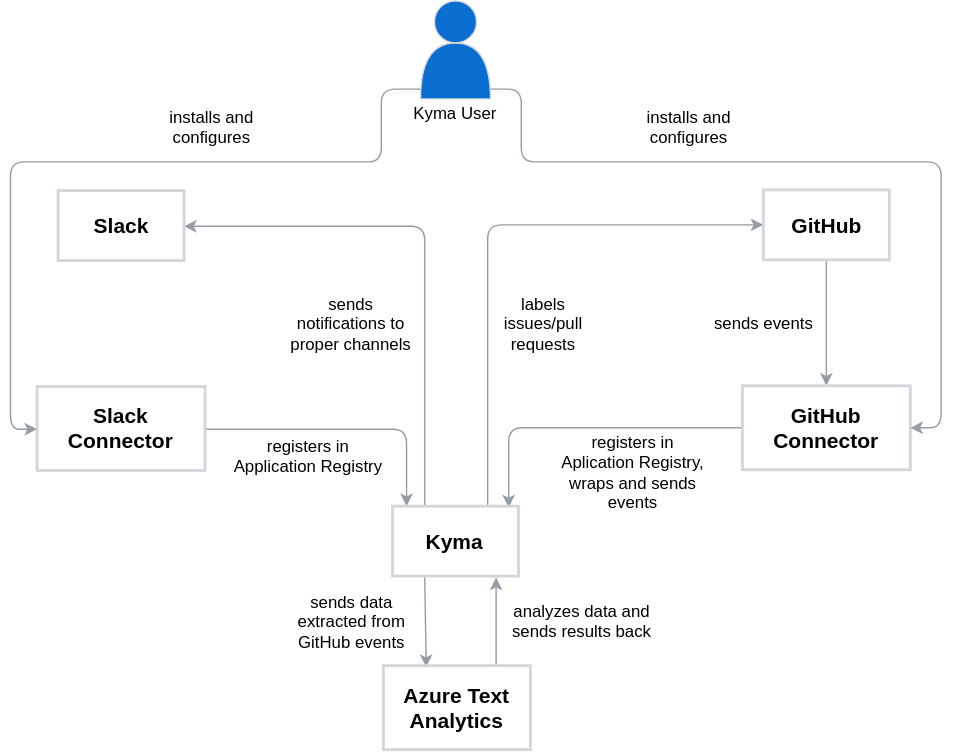
Earlier version of the draw.io export docs/flowdiagram.svg (kyma-incubator/hack-showcase). Source tidied: cells renumbered, new cells last; positions are measured from the earlier drawing's top-left corner, leaving out a move shared by most shapes.
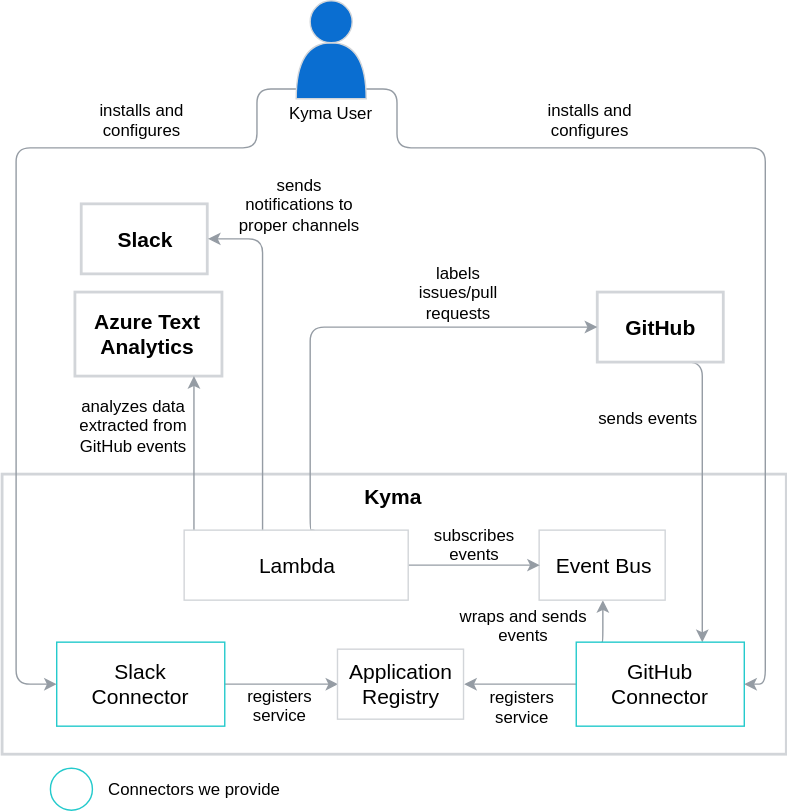
Above is the later version.

Commit message:
Modify flow diagram

The edit, as a diff of the source:
```diff
@@ -2,100 +2,144 @@
   <root>
     <mxCell id="0" />
     <mxCell id="1" parent="0" />
+    <mxCell id="17" value="&lt;b&gt;&lt;font style=&quot;font-size: 15px&quot;&gt;Kyma&lt;br&gt;&lt;/font&gt;&lt;/b&gt;" style="rounded=0;whiteSpace=wrap;html=1;shadow=0;glass=0;comic=0;strokeColor=#D2D5D9;strokeWidth=2;fillColor=#FFFFFF;fontFamily=Helvetica;fontSize=12;verticalAlign=top;" parent="1" vertex="1">
+      <mxGeometry x="49" y="348" width="560" height="200" as="geometry" />
+    </mxCell>
     <mxCell id="2" style="edgeStyle=orthogonalEdgeStyle;rounded=1;jettySize=auto;html=1;exitX=0.5;exitY=1;exitDx=0;exitDy=0;fontFamily=Helvetica;fontSize=15;jumpStyle=sharp;strokeColor=#959CA4;" parent="1" edge="1" source="20" target="6">
-      <mxGeometry relative="1" as="geometry" />
+      <mxGeometry relative="1" as="geometry">
+        <Array as="points">
+          <mxPoint x="549" y="303" />
+          <mxPoint x="549" y="303" />
+        </Array>
+      </mxGeometry>
     </mxCell>
-    <mxCell id="3" style="edgeStyle=orthogonalEdgeStyle;rounded=1;jumpStyle=sharp;jettySize=auto;html=1;exitX=0.25;exitY=0;exitDx=0;exitDy=0;entryX=1;entryY=0.5;entryDx=0;entryDy=0;strokeColor=#959CA4;fontFamily=Helvetica;fontSize=15;" parent="1" edge="1" source="17" target="11">
-      <mxGeometry relative="1" as="geometry" />
-    </mxCell>
-    <mxCell id="4" style="edgeStyle=orthogonalEdgeStyle;rounded=1;jumpStyle=sharp;jettySize=auto;html=1;exitX=0.75;exitY=0;exitDx=0;exitDy=0;strokeColor=#959CA4;fontFamily=Helvetica;fontSize=15;entryX=0;entryY=0.5;entryDx=0;entryDy=0;" parent="1" edge="1" source="17" target="20">
-      <mxGeometry relative="1" as="geometry" />
-    </mxCell>
-    <mxCell id="5" style="edgeStyle=orthogonalEdgeStyle;rounded=1;jumpStyle=sharp;jettySize=auto;html=1;exitX=0;exitY=0.5;exitDx=0;exitDy=0;strokeColor=#959CA4;fontFamily=Helvetica;fontSize=15;entryX=0.922;entryY=0.02;entryDx=0;entryDy=0;entryPerimeter=0;" parent="1" edge="1" source="6" target="17">
-      <mxGeometry relative="1" as="geometry" />
-    </mxCell>
+    <mxCell id="29" style="edgeStyle=orthogonalEdgeStyle;rounded=1;jettySize=auto;html=1;exitX=0.15;exitY=0.017;exitDx=0;exitDy=0;strokeColor=#959CA4;exitPerimeter=0;" parent="1" edge="1" source="6" target="33">
+      <mxGeometry relative="1" as="geometry">
+        <Array as="points">
+          <mxPoint x="477" y="468" />
+          <mxPoint x="478" y="468" />
+        </Array>
+      </mxGeometry>
+    </mxCell>
+    <mxCell id="30" style="edgeStyle=orthogonalEdgeStyle;rounded=1;jettySize=auto;html=1;exitX=0;exitY=0.5;exitDx=0;exitDy=0;entryX=1;entryY=0.5;entryDx=0;entryDy=0;strokeColor=#959CA4;" parent="1" edge="1" source="6" target="32">
+      <mxGeometry relative="1" as="geometry" />
+    </mxCell>
-    <mxCell id="6" value="&lt;span style=&quot;white-space: normal; font-size: 15px;&quot;&gt;GitHub&lt;/span&gt;&lt;br style=&quot;white-space: normal; font-size: 15px;&quot;&gt;&lt;span style=&quot;white-space: normal; font-size: 15px;&quot;&gt;Connector&lt;/span&gt;" style="rounded=0;whiteSpace=wrap;html=1;fontFamily=Helvetica;fillColor=#FFFFFF;strokeColor=#D2D5D9;fontColor=#000000;strokeWidth=2;fontSize=15;fontStyle=1;" parent="1" vertex="1">
-      <mxGeometry x="524" y="275" width="120" height="60" as="geometry" />
+    <mxCell id="6" value="&lt;span style=&quot;white-space: normal; font-size: 15px;&quot;&gt;GitHub&lt;/span&gt;&lt;br style=&quot;white-space: normal; font-size: 15px;&quot;&gt;&lt;span style=&quot;white-space: normal; font-size: 15px;&quot;&gt;Connector&lt;/span&gt;" style="rounded=0;whiteSpace=wrap;html=1;fontFamily=Helvetica;fillColor=#FFFFFF;strokeColor=#24CACC;fontColor=#000000;strokeWidth=1;fontSize=15;fontStyle=0;" parent="1" vertex="1">
+      <mxGeometry x="459" y="468" width="120" height="60" as="geometry" />
     </mxCell>
-    <mxCell id="7" style="edgeStyle=orthogonalEdgeStyle;rounded=1;jumpStyle=sharp;jettySize=auto;html=1;exitX=1;exitY=0.5;exitDx=0;exitDy=0;entryX=0.111;entryY=0;entryDx=0;entryDy=0;entryPerimeter=0;strokeColor=#959CA4;fontFamily=Helvetica;fontSize=12;fontColor=#000000;" parent="1" edge="1" source="8" target="17">
-      <mxGeometry relative="1" as="geometry" />
-    </mxCell>
+    <mxCell id="31" style="edgeStyle=orthogonalEdgeStyle;rounded=1;jettySize=auto;html=1;exitX=1;exitY=0.5;exitDx=0;exitDy=0;entryX=0;entryY=0.5;entryDx=0;entryDy=0;strokeColor=#959CA4;" parent="1" edge="1" source="8" target="32">
+      <mxGeometry relative="1" as="geometry" />
+    </mxCell>
-    <mxCell id="8" value="Slack&lt;br style=&quot;white-space: normal; font-size: 15px;&quot;&gt;&lt;span style=&quot;white-space: normal; font-size: 15px;&quot;&gt;Connector&lt;/span&gt;" style="rounded=0;whiteSpace=wrap;html=1;fontFamily=Helvetica;fillColor=#FFFFFF;strokeColor=#D2D5D9;fontColor=#000000;glass=0;comic=0;shadow=0;strokeWidth=2;fontSize=15;fontStyle=1;" parent="1" vertex="1">
-      <mxGeometry x="20" y="275.5" width="120" height="60" as="geometry" />
+    <mxCell id="8" value="Slack&lt;br style=&quot;white-space: normal; font-size: 15px;&quot;&gt;&lt;span style=&quot;white-space: normal; font-size: 15px;&quot;&gt;Connector&lt;/span&gt;" style="rounded=0;whiteSpace=wrap;html=1;fontFamily=Helvetica;fillColor=#FFFFFF;strokeColor=#24CACC;fontColor=#000000;glass=0;comic=0;shadow=0;strokeWidth=1;fontSize=15;fontStyle=0;" parent="1" vertex="1">
+      <mxGeometry x="88" y="468" width="120" height="60" as="geometry" />
     </mxCell>
-    <mxCell id="9" value="registers in Aplication Registry, &lt;br&gt;wraps and sends events" style="text;html=1;strokeColor=none;fillColor=none;align=center;verticalAlign=middle;whiteSpace=wrap;rounded=0;shadow=0;glass=0;comic=0;fontFamily=Helvetica;fontSize=12;" parent="1" vertex="1">
-      <mxGeometry x="390.5" y="326" width="110" height="19" as="geometry" />
+    <mxCell id="9" value="wraps and sends events" style="text;html=1;strokeColor=none;fillColor=none;align=center;verticalAlign=middle;whiteSpace=wrap;rounded=0;shadow=0;glass=0;comic=0;fontFamily=Helvetica;fontSize=12;" parent="1" vertex="1">
+      <mxGeometry x="369" y="446" width="105" height="19" as="geometry" />
     </mxCell>
     <mxCell id="10" value="Kyma User" style="text;html=1;strokeColor=none;fillColor=none;align=center;verticalAlign=middle;whiteSpace=wrap;rounded=0;shadow=0;glass=0;comic=0;fontFamily=Helvetica;fontSize=12;" parent="1" vertex="1">
-      <mxGeometry x="284" y="70" width="70" height="20" as="geometry" />
+      <mxGeometry x="249" y="80" width="70" height="20" as="geometry" />
     </mxCell>
     <mxCell id="11" value="&lt;b&gt;&lt;font style=&quot;font-size: 15px&quot;&gt;Slack&lt;br&gt;&lt;/font&gt;&lt;/b&gt;" style="rounded=0;whiteSpace=wrap;html=1;shadow=0;glass=0;comic=0;strokeColor=#D2D5D9;strokeWidth=2;fillColor=#FFFFFF;fontFamily=Helvetica;fontSize=12;" parent="1" vertex="1">
-      <mxGeometry x="35" y="135.5" width="90" height="50" as="geometry" />
+      <mxGeometry x="105.5" y="155" width="90" height="50" as="geometry" />
     </mxCell>
     <mxCell id="12" style="edgeStyle=orthogonalEdgeStyle;rounded=1;jumpStyle=sharp;jettySize=auto;html=1;exitX=0.175;exitY=0;exitDx=0;exitDy=0;exitPerimeter=0;entryX=0;entryY=0.5;entryDx=0;entryDy=0;strokeColor=#959CA4;fontFamily=Helvetica;fontSize=12;fontColor=#000000;" parent="1" edge="1" source="14" target="8">
       <mxGeometry relative="1" as="geometry">
         <Array as="points">
-          <mxPoint x="265.5" y="63" />
-          <mxPoint x="265.5" y="115" />
-          <mxPoint x="0.5" y="115" />
-          <mxPoint x="0.5" y="306" />
+          <mxPoint x="231" y="73" />
+          <mxPoint x="231" y="115" />
+          <mxPoint x="59" y="115" />
+          <mxPoint x="59" y="498" />
         </Array>
       </mxGeometry>
     </mxCell>
     <mxCell id="13" style="edgeStyle=orthogonalEdgeStyle;rounded=1;jumpStyle=sharp;jettySize=auto;html=1;exitX=0.175;exitY=0.97;exitDx=0;exitDy=0;exitPerimeter=0;entryX=1;entryY=0.5;entryDx=0;entryDy=0;strokeColor=#959CA4;fontFamily=Helvetica;fontSize=16;fontColor=#000000;" parent="1" edge="1" source="14" target="6">
       <mxGeometry relative="1" as="geometry">
         <Array as="points">
-          <mxPoint x="365.5" y="63" />
-          <mxPoint x="365.5" y="115" />
-          <mxPoint x="665.5" y="115" />
-          <mxPoint x="665.5" y="305" />
+          <mxPoint x="331" y="73" />
+          <mxPoint x="331" y="115" />
+          <mxPoint x="594" y="115" />
+          <mxPoint x="594" y="498" />
         </Array>
       </mxGeometry>
     </mxCell>
     <mxCell id="14" style="shape=or;whiteSpace=wrap;html=1;shadow=0;glass=0;comic=0;strokeColor=#D2D5D9;strokeWidth=1;fillColor=#0A6ED1;fontFamily=Helvetica;fontSize=12;rotation=-90;" parent="1" vertex="1">
-      <mxGeometry x="299" y="25" width="40" height="50" as="geometry" />
+      <mxGeometry x="264" y="35" width="40" height="50" as="geometry" />
     </mxCell>
     <mxCell id="15" style="ellipse;whiteSpace=wrap;html=1;shadow=0;glass=0;comic=0;strokeColor=#D2D5D9;strokeWidth=1;fillColor=#0A6ED1;fontFamily=Helvetica;fontSize=12;" parent="1" vertex="1">
-      <mxGeometry x="304" width="30" height="30" as="geometry" />
+      <mxGeometry x="269" y="10" width="30" height="30" as="geometry" />
     </mxCell>
-    <mxCell id="16" style="edgeStyle=orthogonalEdgeStyle;rounded=1;jumpStyle=sharp;jettySize=auto;html=1;exitX=0.25;exitY=1;exitDx=0;exitDy=0;strokeColor=#959CA4;fontFamily=Helvetica;fontSize=12;fontColor=#000000;entryX=0.286;entryY=0.017;entryDx=0;entryDy=0;entryPerimeter=0;" parent="1" edge="1" source="17" target="19">
-      <mxGeometry relative="1" as="geometry" />
-    </mxCell>
-    <mxCell id="17" value="&lt;b&gt;&lt;font style=&quot;font-size: 15px&quot;&gt;Kyma&lt;br&gt;&lt;/font&gt;&lt;/b&gt;" style="rounded=0;whiteSpace=wrap;html=1;shadow=0;glass=0;comic=0;strokeColor=#D2D5D9;strokeWidth=2;fillColor=#FFFFFF;fontFamily=Helvetica;fontSize=12;" parent="1" vertex="1">
-      <mxGeometry x="274" y="361" width="90" height="50" as="geometry" />
-    </mxCell>
-    <mxCell id="18" style="edgeStyle=orthogonalEdgeStyle;rounded=1;jumpStyle=sharp;jettySize=auto;html=1;exitX=0.771;exitY=0;exitDx=0;exitDy=0;entryX=0.822;entryY=1.02;entryDx=0;entryDy=0;entryPerimeter=0;strokeColor=#959CA4;fontFamily=Helvetica;fontSize=12;fontColor=#000000;exitPerimeter=0;" parent="1" edge="1" source="19" target="17">
-      <mxGeometry relative="1" as="geometry" />
-    </mxCell>
     <mxCell id="19" value="&lt;b&gt;&lt;font style=&quot;font-size: 15px&quot;&gt;Azure Text Analytics&lt;/font&gt;&lt;/b&gt;" style="rounded=0;whiteSpace=wrap;html=1;shadow=0;glass=0;comic=0;strokeColor=#D2D5D9;strokeWidth=2;fillColor=#FFFFFF;fontFamily=Helvetica;fontSize=12;" parent="1" vertex="1">
-      <mxGeometry x="267.5" y="475" width="105" height="60" as="geometry" />
+      <mxGeometry x="101" y="218" width="105" height="60" as="geometry" />
     </mxCell>
     <mxCell id="20" value="&lt;b&gt;&lt;font style=&quot;font-size: 15px&quot;&gt;GitHub&lt;/font&gt;&lt;/b&gt;" style="rounded=0;whiteSpace=wrap;html=1;shadow=0;glass=0;comic=0;strokeColor=#D2D5D9;strokeWidth=2;fillColor=#FFFFFF;fontFamily=Helvetica;fontSize=12;" parent="1" vertex="1">
-      <mxGeometry x="539" y="135" width="90" height="50" as="geometry" />
+      <mxGeometry x="474" y="218" width="90" height="50" as="geometry" />
     </mxCell>
     <mxCell id="21" value="installs and configures" style="text;html=1;strokeColor=none;fillColor=none;align=center;verticalAlign=middle;whiteSpace=wrap;rounded=0;shadow=0;glass=0;comic=0;fontFamily=Helvetica;fontSize=12;fontColor=#000000;" parent="1" vertex="1">
-      <mxGeometry x="95" y="80" width="100" height="20" as="geometry" />
+      <mxGeometry x="98.5" y="85" width="100" height="20" as="geometry" />
     </mxCell>
-    <mxCell id="22" value="registers in Application Registry" style="text;html=1;strokeColor=none;fillColor=none;align=center;verticalAlign=middle;whiteSpace=wrap;rounded=0;shadow=0;glass=0;comic=0;fontFamily=Helvetica;fontSize=12;fontColor=#000000;" parent="1" vertex="1">
-      <mxGeometry x="154" y="315" width="120" height="20" as="geometry" />
+    <mxCell id="22" value="registers service" style="text;html=1;strokeColor=none;fillColor=none;align=center;verticalAlign=middle;whiteSpace=wrap;rounded=0;shadow=0;glass=0;comic=0;fontFamily=Helvetica;fontSize=12;fontColor=#000000;" parent="1" vertex="1">
+      <mxGeometry x="383.5" y="504" width="73" height="20" as="geometry" />
     </mxCell>
     <mxCell id="23" value="installs and configures" style="text;html=1;strokeColor=none;fillColor=none;align=center;verticalAlign=middle;whiteSpace=wrap;rounded=0;shadow=0;glass=0;comic=0;fontFamily=Helvetica;fontSize=12;fontColor=#000000;" parent="1" vertex="1">
-      <mxGeometry x="435.5" y="80" width="100" height="20" as="geometry" />
+      <mxGeometry x="419" y="85" width="100" height="20" as="geometry" />
     </mxCell>
     <mxCell id="24" value="sends events" style="text;html=1;strokeColor=none;fillColor=none;align=center;verticalAlign=middle;whiteSpace=wrap;rounded=0;shadow=0;glass=0;comic=0;fontFamily=Helvetica;fontSize=12;fontColor=#000000;" parent="1" vertex="1">
-      <mxGeometry x="500.5" y="220" width="77" height="20" as="geometry" />
+      <mxGeometry x="472" y="298" width="77" height="20" as="geometry" />
     </mxCell>
-    <mxCell id="25" value="sends data extracted from GitHub events" style="text;html=1;strokeColor=none;fillColor=none;align=center;verticalAlign=middle;whiteSpace=wrap;rounded=0;shadow=0;glass=0;comic=0;fontFamily=Helvetica;fontSize=12;fontColor=#000000;" parent="1" vertex="1">
-      <mxGeometry x="202.5" y="433" width="84" height="20" as="geometry" />
+    <mxCell id="25" value="analyzes data extracted from GitHub events" style="text;html=1;strokeColor=none;fillColor=none;align=center;verticalAlign=middle;whiteSpace=wrap;rounded=0;shadow=0;glass=0;comic=0;fontFamily=Helvetica;fontSize=12;fontColor=#000000;" parent="1" vertex="1">
+      <mxGeometry x="101" y="303" width="84" height="20" as="geometry" />
     </mxCell>
-    <mxCell id="26" value="analyzes data and sends results back" style="text;html=1;strokeColor=none;fillColor=none;align=center;verticalAlign=middle;whiteSpace=wrap;rounded=0;shadow=0;glass=0;comic=0;fontFamily=Helvetica;fontSize=12;fontColor=#000000;" parent="1" vertex="1">
-      <mxGeometry x="354" y="433" width="111" height="20" as="geometry" />
-    </mxCell>
     <mxCell id="27" value="sends notifications to proper channels" style="text;html=1;strokeColor=none;fillColor=none;align=center;verticalAlign=middle;whiteSpace=wrap;rounded=0;shadow=0;glass=0;comic=0;fontFamily=Helvetica;fontSize=12;fontColor=#000000;" parent="1" vertex="1">
-      <mxGeometry x="195" y="220" width="99" height="20" as="geometry" />
+      <mxGeometry x="211.5" y="145" width="99" height="20" as="geometry" />
     </mxCell>
     <mxCell id="28" value="labels issues/pull requests" style="text;html=1;strokeColor=none;fillColor=none;align=center;verticalAlign=middle;whiteSpace=wrap;rounded=0;shadow=0;glass=0;comic=0;fontFamily=Helvetica;fontSize=12;fontColor=#000000;" parent="1" vertex="1">
-      <mxGeometry x="345.5" y="220" width="72" height="20" as="geometry" />
+      <mxGeometry x="339" y="208" width="72" height="20" as="geometry" />
     </mxCell>
+    <mxCell id="32" value="&lt;span&gt;&lt;font style=&quot;font-size: 15px&quot;&gt;Application Registry&lt;br&gt;&lt;/font&gt;&lt;/span&gt;" style="rounded=0;whiteSpace=wrap;html=1;shadow=0;glass=0;comic=0;strokeColor=#D2D5D9;strokeWidth=1;fillColor=#FFFFFF;fontFamily=Helvetica;fontSize=12;fontStyle=0;" parent="1" vertex="1">
+      <mxGeometry x="288.5" y="473" width="90" height="50" as="geometry" />
+    </mxCell>
+    <mxCell id="33" value="&lt;span&gt;&lt;font style=&quot;font-size: 15px&quot;&gt;Event Bus&lt;br&gt;&lt;/font&gt;&lt;/span&gt;" style="rounded=0;whiteSpace=wrap;html=1;shadow=0;glass=0;comic=0;strokeColor=#D2D5D9;strokeWidth=1;fillColor=#FFFFFF;fontFamily=Helvetica;fontSize=12;fontStyle=0;" parent="1" vertex="1">
+      <mxGeometry x="432.5" y="388" width="90" height="50" as="geometry" />
+    </mxCell>
+    <mxCell id="34" style="edgeStyle=orthogonalEdgeStyle;rounded=1;orthogonalLoop=1;jettySize=auto;html=1;strokeColor=#959CA4;" parent="1" edge="1">
+      <mxGeometry relative="1" as="geometry">
+        <mxPoint x="186" y="388" as="sourcePoint" />
+        <mxPoint x="186" y="278" as="targetPoint" />
+        <Array as="points">
+          <mxPoint x="186" y="363" />
+          <mxPoint x="186" y="363" />
+        </Array>
+      </mxGeometry>
+    </mxCell>
+    <mxCell id="35" style="edgeStyle=orthogonalEdgeStyle;rounded=1;jettySize=auto;html=1;exitX=0.581;exitY=0.02;exitDx=0;exitDy=0;entryX=0;entryY=0.5;entryDx=0;entryDy=0;strokeColor=#959CA4;exitPerimeter=0;" parent="1" edge="1" source="38" target="20">
+      <mxGeometry relative="1" as="geometry">
+        <Array as="points">
+          <mxPoint x="272" y="388" />
+          <mxPoint x="269" y="388" />
+          <mxPoint x="269" y="243" />
+        </Array>
+      </mxGeometry>
+    </mxCell>
+    <mxCell id="36" style="edgeStyle=orthogonalEdgeStyle;rounded=1;jettySize=auto;html=1;exitX=0.35;exitY=0.02;exitDx=0;exitDy=0;entryX=1;entryY=0.5;entryDx=0;entryDy=0;strokeColor=#959CA4;exitPerimeter=0;" parent="1" edge="1" source="38" target="11">
+      <mxGeometry relative="1" as="geometry" />
+    </mxCell>
+    <mxCell id="37" style="edgeStyle=orthogonalEdgeStyle;rounded=1;jettySize=auto;html=1;exitX=1;exitY=0.5;exitDx=0;exitDy=0;entryX=0;entryY=0.5;entryDx=0;entryDy=0;strokeColor=#959CA4;" parent="1" edge="1" source="38" target="33">
+      <mxGeometry relative="1" as="geometry" />
+    </mxCell>
+    <mxCell id="38" value="&lt;span&gt;&lt;font style=&quot;font-size: 15px&quot;&gt;Lambda&lt;br&gt;&lt;/font&gt;&lt;/span&gt;" style="rounded=0;whiteSpace=wrap;html=1;shadow=0;glass=0;comic=0;strokeColor=#D2D5D9;strokeWidth=1;fillColor=#FFFFFF;fontFamily=Helvetica;fontSize=12;fontStyle=0;" parent="1" vertex="1">
+      <mxGeometry x="179" y="388" width="160" height="50" as="geometry" />
+    </mxCell>
+    <mxCell id="39" value="registers service" style="text;html=1;strokeColor=none;fillColor=none;align=center;verticalAlign=middle;whiteSpace=wrap;rounded=0;shadow=0;glass=0;comic=0;fontFamily=Helvetica;fontSize=12;fontColor=#000000;" parent="1" vertex="1">
+      <mxGeometry x="211" y="503" width="73" height="20" as="geometry" />
+    </mxCell>
+    <mxCell id="40" value="subscribes events" style="text;html=1;strokeColor=none;fillColor=none;align=center;verticalAlign=middle;whiteSpace=wrap;rounded=0;shadow=0;glass=0;comic=0;fontFamily=Helvetica;fontSize=12;fontColor=#000000;" parent="1" vertex="1">
+      <mxGeometry x="349.5" y="388" width="73" height="20" as="geometry" />
+    </mxCell>
+    <mxCell id="41" style="ellipse;whiteSpace=wrap;html=1;strokeColor=#24CACC;strokeWidth=1;" parent="1" vertex="1">
+      <mxGeometry x="83.5" y="558" width="30" height="30" as="geometry" />
+    </mxCell>
+    <mxCell id="42" value="Connectors we provide" style="text;html=1;strokeColor=none;fillColor=none;align=center;verticalAlign=middle;whiteSpace=wrap;rounded=0;" parent="1" vertex="1">
+      <mxGeometry x="119" y="563" width="135" height="20" as="geometry" />
+    </mxCell>
   </root>
 </mxGraphModel>
```
